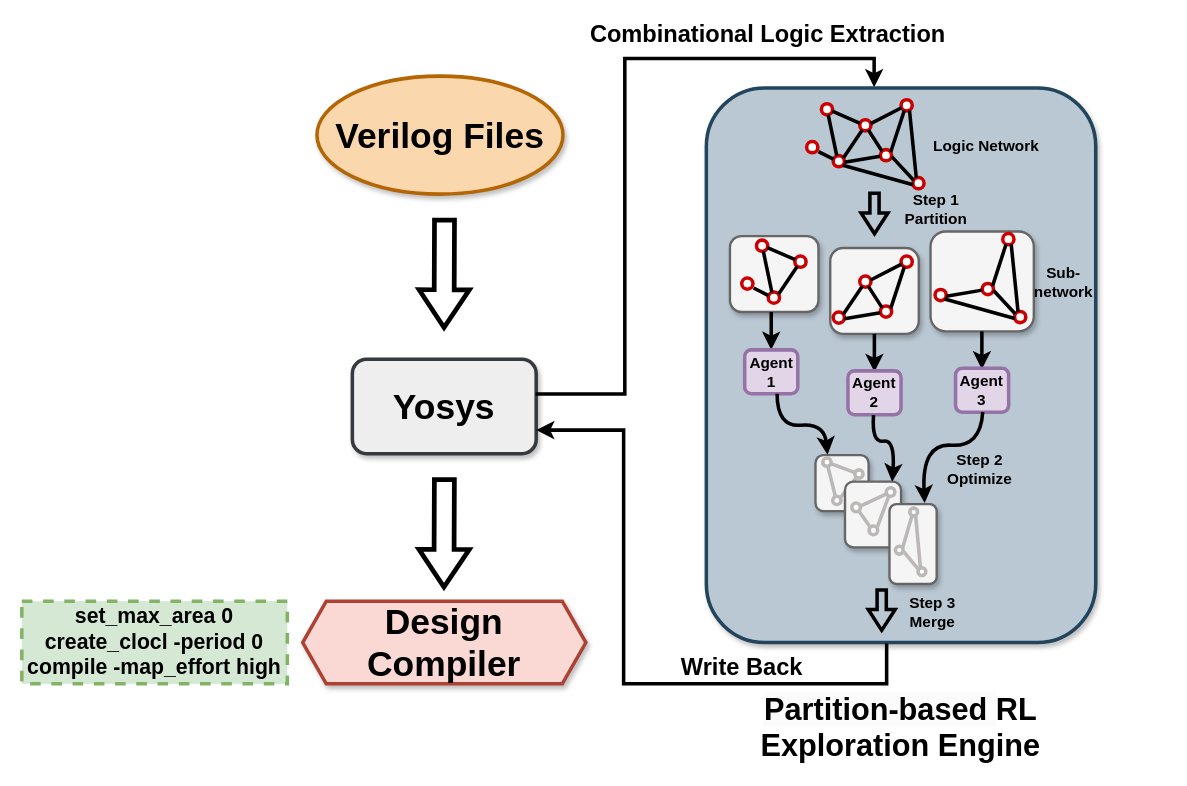
Above: experimentFlow.drawio in kxzhu0505/LogicSynOpt (draw.io), before the change. Source tidied: cells renumbered, new cells numbered last; positions are measured from the earlier drawing's top-left corner, leaving out a move shared by most shapes. Both pictures are drawn from the tidied source at 118%, with x=0, y=0 at pixel (21, 27).
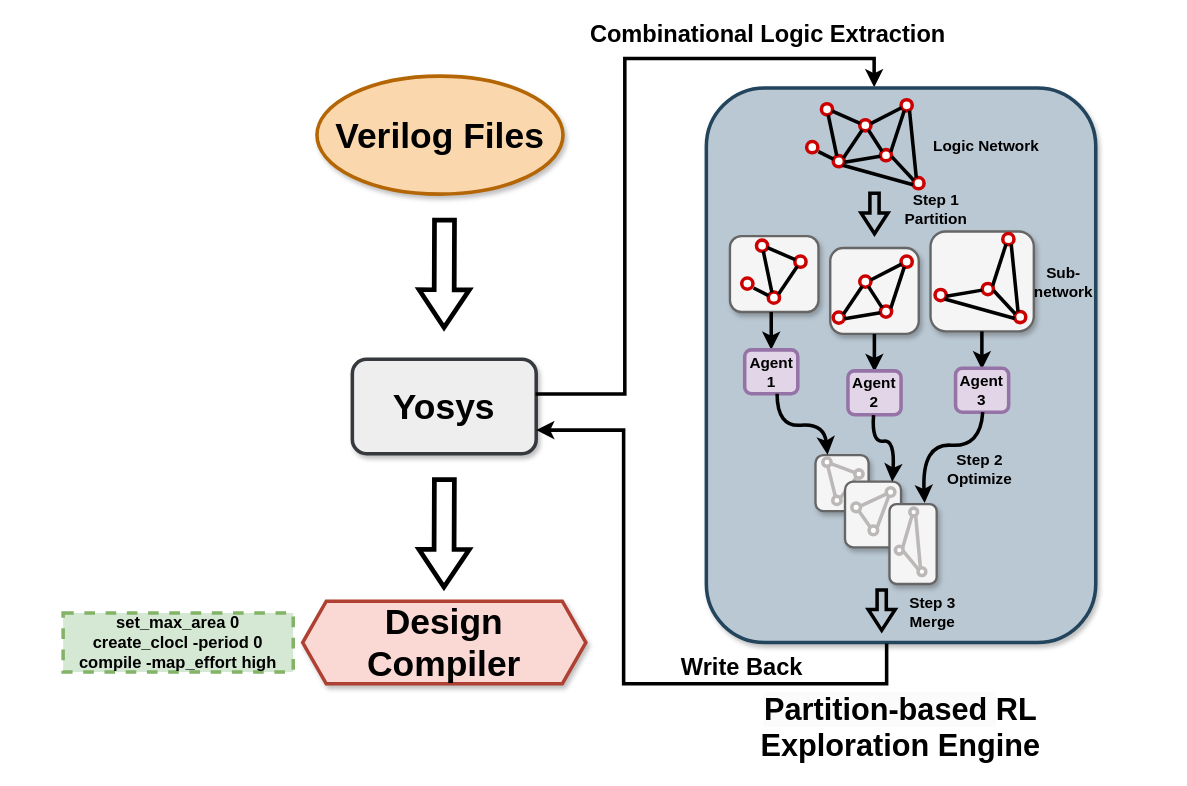
The same diagram, later.

What changed in the source:
```diff
@@
-    <mxCell id="4" value="&lt;font face=&quot;Helvetica&quot; style=&quot;font-size: 18px;&quot;&gt;&lt;b style=&quot;&quot;&gt;set_max_area 0&lt;br&gt;create_clocl -period 0&lt;br&gt;compile -map_effort high&lt;/b&gt;&lt;/font&gt;" style="rounded=0;whiteSpace=wrap;html=1;dashed=1;perimeterSpacing=3;strokeWidth=3;fillColor=#d5e8d4;strokeColor=#82b366;" parent="1" vertex="1">
-      <mxGeometry y="486" width="225" height="70" as="geometry" />
+    <mxCell id="4" value="&lt;font face=&quot;Helvetica&quot; style=&quot;font-size: 14px;&quot;&gt;&lt;b style=&quot;&quot;&gt;set_max_area 0&lt;br&gt;create_clocl -period 0&lt;br&gt;compile -map_effort high&lt;/b&gt;&lt;/font&gt;" style="rounded=0;whiteSpace=wrap;html=1;dashed=1;perimeterSpacing=3;strokeWidth=3;fillColor=#d5e8d4;strokeColor=#82b366;" parent="1" vertex="1">
+      <mxGeometry x="35" y="496" width="195" height="50" as="geometry" />
     </mxCell>
```
